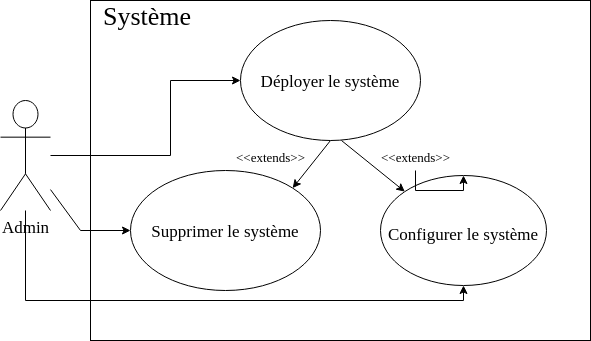
The draw.io diagram Projet/UML/Images/Usecase_Admin.drawio.png in Newglear/UF_projet_java, before a commit. Source tidied: cells renumbered, new cells last; positions are measured from the earlier drawing's top-left corner, leaving out a move shared by most shapes. The source it was exported from:
```xml
<mxGraphModel>
  <root>
    <mxCell id="0" />
    <mxCell id="1" parent="0" />
    <mxCell id="2" value="&lt;div style=&quot;font-size: 26px;&quot;&gt;&lt;font style=&quot;font-size: 26px;&quot; face=&quot;Times New Roman&quot;&gt;&amp;nbsp; Système &lt;br&gt;&lt;/font&gt;&lt;/div&gt;&lt;div style=&quot;font-size: 26px;&quot;&gt;&lt;font style=&quot;font-size: 26px;&quot; face=&quot;Times New Roman&quot;&gt;&lt;br&gt;&lt;/font&gt;&lt;/div&gt;" style="verticalAlign=top;align=left;overflow=fill;fontSize=12;fontFamily=Helvetica;html=1;" parent="1" vertex="1">
      <mxGeometry x="90" width="500" height="340" as="geometry" />
    </mxCell>
    <mxCell id="3" value="&lt;div&gt;Admin&lt;/div&gt;" style="shape=umlActor;verticalLabelPosition=bottom;verticalAlign=top;html=1;fontFamily=Times New Roman;fontSize=17;" parent="1" vertex="1">
      <mxGeometry y="100" width="50" height="110" as="geometry" />
    </mxCell>
    <mxCell id="4" value="Supprimer le système" style="ellipse;whiteSpace=wrap;html=1;rounded=1;fontFamily=Times New Roman;fontSize=17;" parent="1" vertex="1">
      <mxGeometry x="130" y="170" width="190" height="120" as="geometry" />
    </mxCell>
    <mxCell id="5" value="&lt;font style=&quot;font-size: 17px;&quot;&gt;Configurer le système&lt;/font&gt;" style="ellipse;whiteSpace=wrap;html=1;rounded=1;fontFamily=Times New Roman;fontSize=26;" parent="1" vertex="1">
      <mxGeometry x="380" y="175" width="166" height="110" as="geometry" />
    </mxCell>
    <mxCell id="6" style="endArrow=classic;html=1;rounded=0;fontFamily=Times New Roman;fontSize=17;exitX=0.561;exitY=1;exitDx=0;exitDy=0;exitPerimeter=0;entryX=0;entryY=0;entryDx=0;entryDy=0;" parent="1" edge="1" source="13" target="5">
      <mxGeometry relative="1" as="geometry" />
    </mxCell>
    <mxCell id="7" style="endArrow=classic;html=1;rounded=0;fontFamily=Times New Roman;fontSize=17;exitX=0.5;exitY=1;exitDx=0;exitDy=0;entryX=1;entryY=0;entryDx=0;entryDy=0;" parent="1" edge="1" source="13" target="4">
      <mxGeometry relative="1" as="geometry" />
    </mxCell>
    <mxCell id="8" value="&lt;font style=&quot;font-size: 13px;&quot;&gt;&amp;lt;&amp;lt;extends&amp;gt;&amp;gt;&lt;/font&gt;" style="text;html=1;align=center;verticalAlign=middle;strokeColor=none;fillColor=none;fontSize=17;fontFamily=Times New Roman;" parent="1" vertex="1">
      <mxGeometry x="225" y="140" width="90" height="30" as="geometry" />
    </mxCell>
    <mxCell id="9" style="edgeStyle=orthogonalEdgeStyle;rounded=0;jettySize=auto;html=1;fontFamily=Times New Roman;fontSize=17;" parent="1" edge="1" source="10" target="5">
      <mxGeometry relative="1" as="geometry" />
    </mxCell>
    <mxCell id="10" value="&lt;font style=&quot;font-size: 13px;&quot;&gt;&amp;lt;&amp;lt;extends&amp;gt;&amp;gt;&lt;/font&gt;" style="text;html=1;align=center;verticalAlign=middle;points=[];strokeColor=none;fillColor=none;fontSize=17;fontFamily=Times New Roman;" parent="1" vertex="1">
      <mxGeometry x="370" y="140" width="90" height="30" as="geometry" />
    </mxCell>
    <mxCell id="11" style="endArrow=classic;html=1;rounded=0;fontFamily=Times New Roman;fontSize=13;entryX=0;entryY=0.5;entryDx=0;entryDy=0;" parent="1" edge="1" source="3" target="13">
      <mxGeometry relative="1" as="geometry">
        <Array as="points">
          <mxPoint x="170" y="155" />
          <mxPoint x="170" y="80" />
        </Array>
      </mxGeometry>
    </mxCell>
    <mxCell id="12" style="endArrow=classic;html=1;rounded=0;fontFamily=Times New Roman;fontSize=13;startArrow=none;" parent="1" edge="1" source="13">
      <mxGeometry relative="1" as="geometry">
        <mxPoint x="390" y="100" as="targetPoint" />
      </mxGeometry>
    </mxCell>
    <mxCell id="13" value="Déployer le système" style="ellipse;whiteSpace=wrap;html=1;rounded=1;fontFamily=Times New Roman;fontSize=17;" parent="1" vertex="1">
      <mxGeometry x="240" y="20" width="180" height="120" as="geometry" />
    </mxCell>
    <mxCell id="14" style="endArrow=classic;html=1;rounded=0;fontFamily=Times New Roman;fontSize=13;" parent="1" edge="1" source="3" target="4">
      <mxGeometry relative="1" as="geometry">
        <Array as="points">
          <mxPoint x="80" y="230" />
        </Array>
      </mxGeometry>
    </mxCell>
    <mxCell id="15" style="endArrow=classic;html=1;rounded=0;fontFamily=Times New Roman;fontSize=13;entryX=0.5;entryY=1;entryDx=0;entryDy=0;" parent="1" edge="1" source="3" target="5">
      <mxGeometry relative="1" as="geometry">
        <Array as="points">
          <mxPoint x="25" y="300" />
          <mxPoint x="463" y="300" />
        </Array>
      </mxGeometry>
    </mxCell>
  </root>
</mxGraphModel>
```
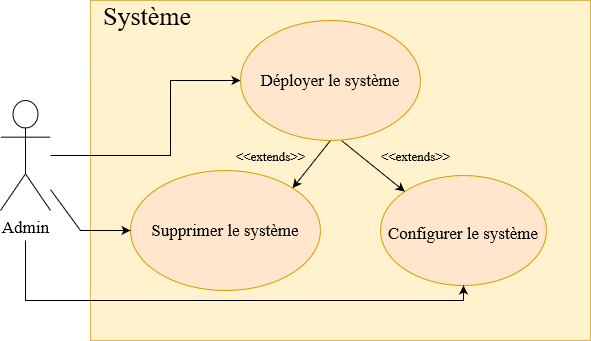
Above is the later version.

Change to the diagram source:
```diff
@@ -2,16 +2,16 @@
   <root>
     <mxCell id="0" />
     <mxCell id="1" parent="0" />
-    <mxCell id="2" value="&lt;div style=&quot;font-size: 26px;&quot;&gt;&lt;font style=&quot;font-size: 26px;&quot; face=&quot;Times New Roman&quot;&gt;&amp;nbsp; Système &lt;br&gt;&lt;/font&gt;&lt;/div&gt;&lt;div style=&quot;font-size: 26px;&quot;&gt;&lt;font style=&quot;font-size: 26px;&quot; face=&quot;Times New Roman&quot;&gt;&lt;br&gt;&lt;/font&gt;&lt;/div&gt;" style="verticalAlign=top;align=left;overflow=fill;fontSize=12;fontFamily=Helvetica;html=1;" parent="1" vertex="1">
+    <mxCell id="2" value="&lt;div style=&quot;font-size: 26px;&quot;&gt;&lt;font style=&quot;font-size: 26px;&quot; face=&quot;Times New Roman&quot;&gt;&amp;nbsp; Système &lt;br&gt;&lt;/font&gt;&lt;/div&gt;&lt;div style=&quot;font-size: 26px;&quot;&gt;&lt;font style=&quot;font-size: 26px;&quot; face=&quot;Times New Roman&quot;&gt;&lt;br&gt;&lt;/font&gt;&lt;/div&gt;" style="verticalAlign=top;align=left;overflow=fill;fontSize=12;fontFamily=Helvetica;html=1;fillColor=#fff2cc;strokeColor=#d6b656;" parent="1" vertex="1">
       <mxGeometry x="90" width="500" height="340" as="geometry" />
     </mxCell>
     <mxCell id="3" value="&lt;div&gt;Admin&lt;/div&gt;" style="shape=umlActor;verticalLabelPosition=bottom;verticalAlign=top;html=1;fontFamily=Times New Roman;fontSize=17;" parent="1" vertex="1">
       <mxGeometry y="100" width="50" height="110" as="geometry" />
     </mxCell>
-    <mxCell id="4" value="Supprimer le système" style="ellipse;whiteSpace=wrap;html=1;rounded=1;fontFamily=Times New Roman;fontSize=17;" parent="1" vertex="1">
+    <mxCell id="4" value="Supprimer le système" style="ellipse;whiteSpace=wrap;html=1;rounded=1;fontFamily=Times New Roman;fontSize=17;fillColor=#ffe6cc;strokeColor=#d79b00;" parent="1" vertex="1">
       <mxGeometry x="130" y="170" width="190" height="120" as="geometry" />
     </mxCell>
-    <mxCell id="5" value="&lt;font style=&quot;font-size: 17px;&quot;&gt;Configurer le système&lt;/font&gt;" style="ellipse;whiteSpace=wrap;html=1;rounded=1;fontFamily=Times New Roman;fontSize=26;" parent="1" vertex="1">
+    <mxCell id="5" value="&lt;font style=&quot;font-size: 17px;&quot;&gt;Configurer le système&lt;/font&gt;" style="ellipse;whiteSpace=wrap;html=1;rounded=1;fontFamily=Times New Roman;fontSize=26;fillColor=#ffe6cc;strokeColor=#d79b00;" parent="1" vertex="1">
       <mxGeometry x="380" y="175" width="166" height="110" as="geometry" />
     </mxCell>
     <mxCell id="6" style="endArrow=classic;html=1;rounded=0;fontFamily=Times New Roman;fontSize=17;exitX=0.561;exitY=1;exitDx=0;exitDy=0;exitPerimeter=0;entryX=0;entryY=0;entryDx=0;entryDy=0;" parent="1" edge="1" source="13" target="5">
@@ -23,9 +23,6 @@
     <mxCell id="8" value="&lt;font style=&quot;font-size: 13px;&quot;&gt;&amp;lt;&amp;lt;extends&amp;gt;&amp;gt;&lt;/font&gt;" style="text;html=1;align=center;verticalAlign=middle;strokeColor=none;fillColor=none;fontSize=17;fontFamily=Times New Roman;" parent="1" vertex="1">
       <mxGeometry x="225" y="140" width="90" height="30" as="geometry" />
     </mxCell>
-    <mxCell id="9" style="edgeStyle=orthogonalEdgeStyle;rounded=0;jettySize=auto;html=1;fontFamily=Times New Roman;fontSize=17;" parent="1" edge="1" source="10" target="5">
-      <mxGeometry relative="1" as="geometry" />
-    </mxCell>
     <mxCell id="10" value="&lt;font style=&quot;font-size: 13px;&quot;&gt;&amp;lt;&amp;lt;extends&amp;gt;&amp;gt;&lt;/font&gt;" style="text;html=1;align=center;verticalAlign=middle;points=[];strokeColor=none;fillColor=none;fontSize=17;fontFamily=Times New Roman;" parent="1" vertex="1">
       <mxGeometry x="370" y="140" width="90" height="30" as="geometry" />
     </mxCell>
@@ -42,7 +39,7 @@
         <mxPoint x="390" y="100" as="targetPoint" />
       </mxGeometry>
     </mxCell>
-    <mxCell id="13" value="Déployer le système" style="ellipse;whiteSpace=wrap;html=1;rounded=1;fontFamily=Times New Roman;fontSize=17;" parent="1" vertex="1">
+    <mxCell id="13" value="Déployer le système" style="ellipse;whiteSpace=wrap;html=1;rounded=1;fontFamily=Times New Roman;fontSize=17;fillColor=#ffe6cc;strokeColor=#d79b00;" parent="1" vertex="1">
       <mxGeometry x="240" y="20" width="180" height="120" as="geometry" />
     </mxCell>
     <mxCell id="14" style="endArrow=classic;html=1;rounded=0;fontFamily=Times New Roman;fontSize=13;" parent="1" edge="1" source="3" target="4">
@@ -52,8 +49,9 @@
         </Array>
       </mxGeometry>
     </mxCell>
-    <mxCell id="15" style="endArrow=classic;html=1;rounded=0;fontFamily=Times New Roman;fontSize=13;entryX=0.5;entryY=1;entryDx=0;entryDy=0;" parent="1" edge="1" source="3" target="5">
+    <mxCell id="15" style="endArrow=classic;html=1;rounded=0;fontFamily=Times New Roman;fontSize=13;entryX=0.5;entryY=1;entryDx=0;entryDy=0;" parent="1" edge="1" target="5">
       <mxGeometry relative="1" as="geometry">
+        <mxPoint x="25" y="240" as="sourcePoint" />
         <Array as="points">
           <mxPoint x="25" y="300" />
           <mxPoint x="463" y="300" />
```
